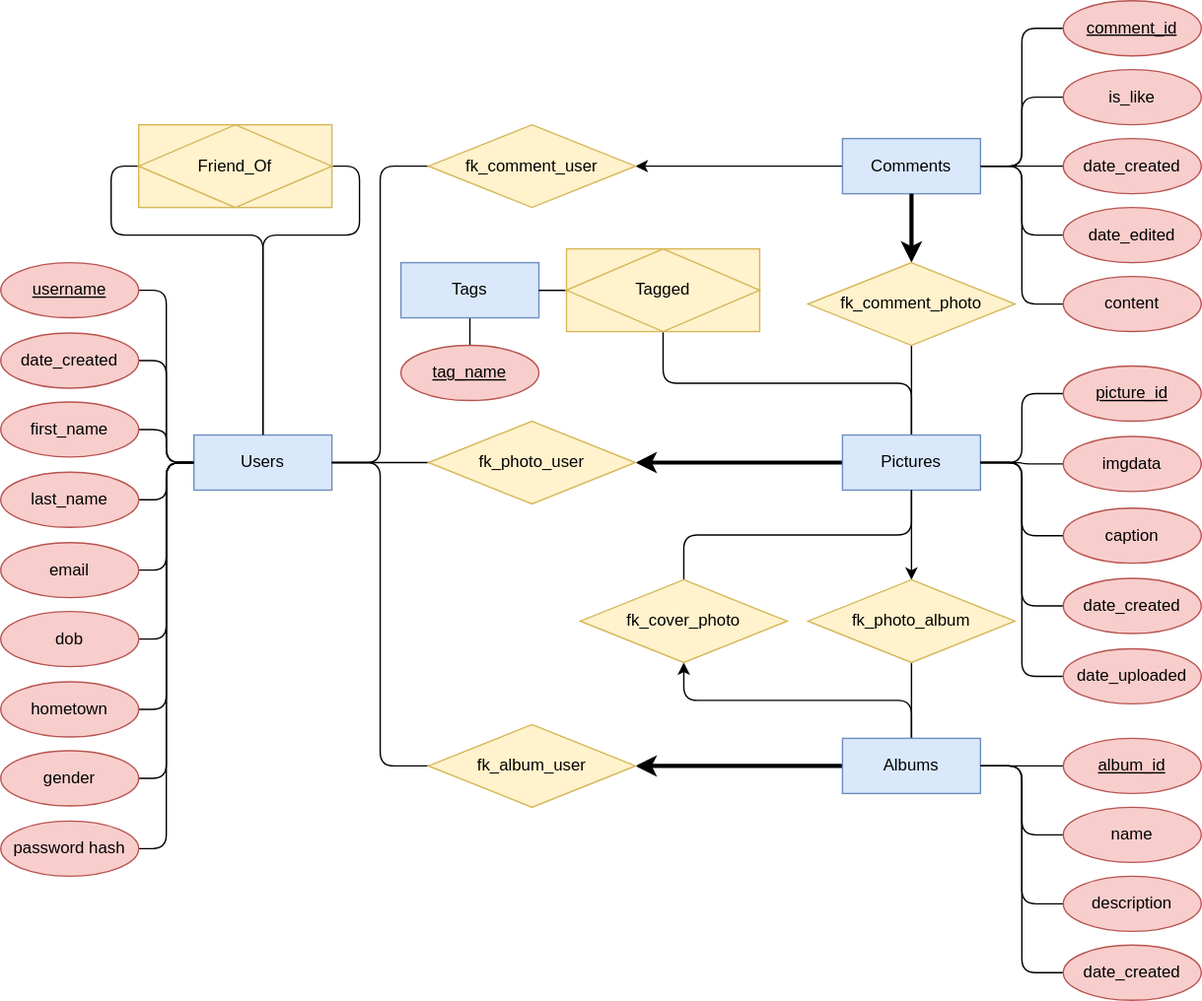
The draw.io diagram resources/ER.svg in eamonniknafs/photo-sharing-app, before a commit. Source tidied: cells renumbered, new cells last; positions are measured from the earlier drawing's top-left corner, leaving out a move shared by most shapes.
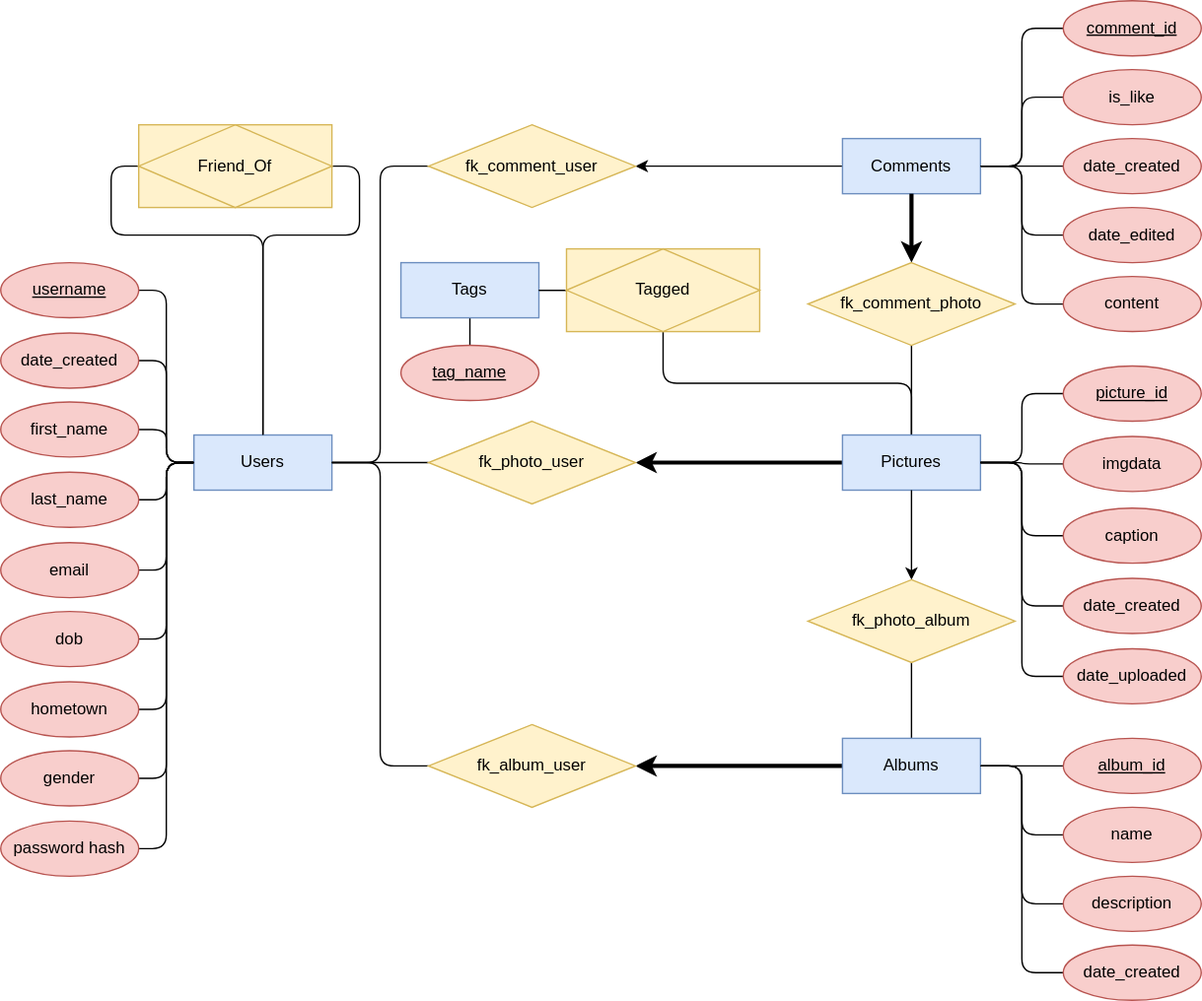
Above is the later version.

Commit message:
removed album cover (impossible without album contents table)

The edit, as a diff of the source:
```diff
@@ -71,9 +71,6 @@
     <mxCell id="22" style="edgeStyle=orthogonalEdgeStyle;shape=connector;rounded=1;jettySize=auto;html=1;labelBackgroundColor=default;fontFamily=Helvetica;fontSize=12;fontColor=default;endArrow=none;endFill=0;strokeColor=default;strokeWidth=1;entryX=0.5;entryY=1;entryDx=0;entryDy=0;" parent="1" edge="1" source="24" target="79">
       <mxGeometry relative="1" as="geometry" />
     </mxCell>
-    <mxCell id="23" style="edgeStyle=orthogonalEdgeStyle;shape=connector;rounded=1;jettySize=auto;html=1;exitX=0.5;exitY=0;exitDx=0;exitDy=0;entryX=0.5;entryY=1;entryDx=0;entryDy=0;labelBackgroundColor=default;fontFamily=Helvetica;fontSize=12;fontColor=default;startArrow=none;startFill=0;endArrow=classic;endFill=1;strokeColor=default;strokeWidth=1;" parent="1" edge="1" source="24" target="68">
-      <mxGeometry relative="1" as="geometry" />
-    </mxCell>
     <mxCell id="24" value="Albums" style="whiteSpace=wrap;html=1;align=center;fillColor=#dae8fc;strokeColor=#6c8ebf;" parent="1" vertex="1">
       <mxGeometry x="610" y="535" width="100" height="40" as="geometry" />
     </mxCell>
@@ -210,12 +207,6 @@
     <mxCell id="66" value="fk_comment_photo" style="shape=rhombus;perimeter=rhombusPerimeter;whiteSpace=wrap;html=1;align=center;fontFamily=Helvetica;fontSize=12;strokeColor=#d6b656;fillColor=#fff2cc;" parent="1" vertex="1">
       <mxGeometry x="585" y="190" width="150" height="60" as="geometry" />
     </mxCell>
-    <mxCell id="67" style="edgeStyle=orthogonalEdgeStyle;shape=connector;rounded=1;jettySize=auto;html=1;exitX=0.5;exitY=0;exitDx=0;exitDy=0;entryX=0.5;entryY=1;entryDx=0;entryDy=0;labelBackgroundColor=default;fontFamily=Helvetica;fontSize=12;fontColor=default;startArrow=none;startFill=0;endArrow=none;endFill=0;strokeColor=default;strokeWidth=1;" parent="1" edge="1" source="68" target="13">
-      <mxGeometry relative="1" as="geometry" />
-    </mxCell>
-    <mxCell id="68" value="fk_cover_photo" style="shape=rhombus;perimeter=rhombusPerimeter;whiteSpace=wrap;html=1;align=center;fontFamily=Helvetica;fontSize=12;strokeColor=#d6b656;fillColor=#fff2cc;" parent="1" vertex="1">
-      <mxGeometry x="420" y="420" width="150" height="60" as="geometry" />
-    </mxCell>
     <mxCell id="69" style="edgeStyle=orthogonalEdgeStyle;shape=connector;rounded=1;jettySize=auto;html=1;exitX=0;exitY=0.5;exitDx=0;exitDy=0;entryX=1;entryY=0.5;entryDx=0;entryDy=0;labelBackgroundColor=default;fontFamily=Helvetica;fontSize=11;fontColor=default;endArrow=none;endFill=0;strokeColor=default;" parent="1" edge="1" source="70" target="13">
       <mxGeometry relative="1" as="geometry" />
     </mxCell>
```
